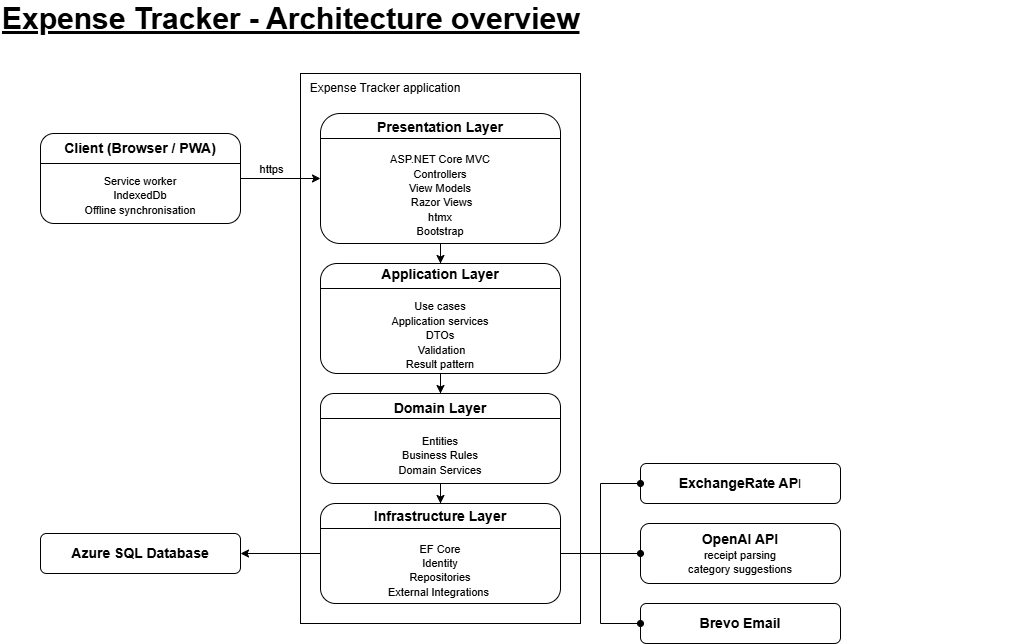
Before: docs/Architecture-overview.png, a diagram exported from draw.io (Le40/EventSharedExpenseTracker). Source tidied: cells renumbered, new cells last; positions are measured from the earlier drawing's top-left corner, leaving out a move shared by most shapes.
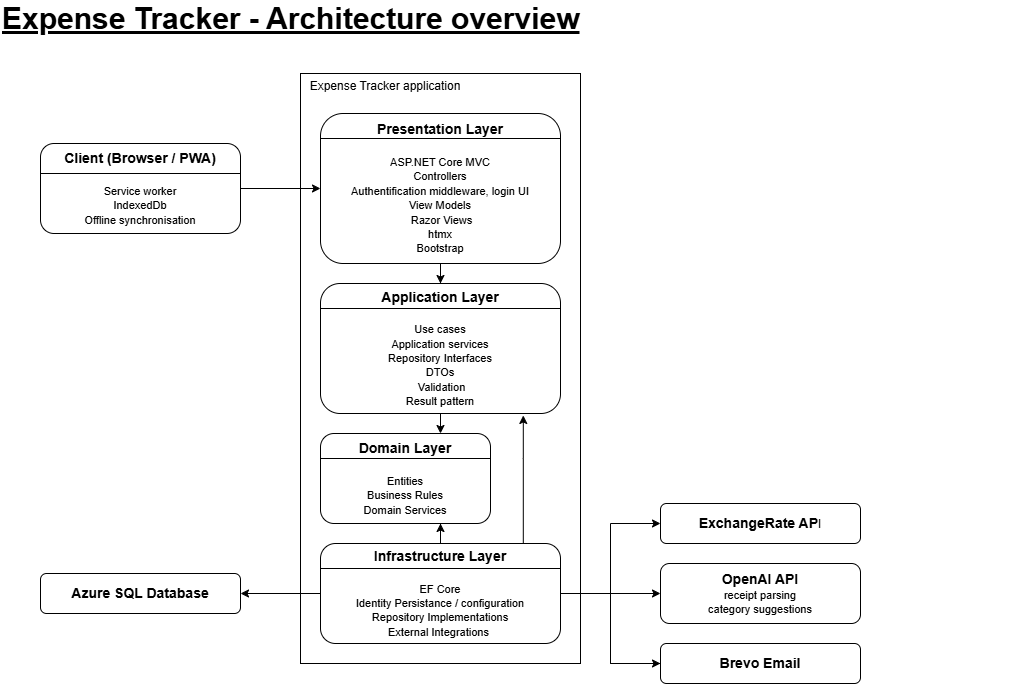
The same diagram one commit later.

Diff of the diagram source:
```diff
@@ -2,31 +2,23 @@
   <root>
     <mxCell id="0" />
     <mxCell id="1" parent="0" />
+    <mxCell id="33" style="rounded=0;whiteSpace=wrap;html=1;" parent="1" vertex="1">
+      <mxGeometry x="300" y="70" width="280" height="590" as="geometry" />
+    </mxCell>
     <mxCell id="2" style="edgeStyle=orthogonalEdgeStyle;rounded=0;jettySize=auto;html=1;" parent="1" edge="1" source="10" target="13">
       <mxGeometry relative="1" as="geometry" />
     </mxCell>
-    <mxCell id="3" value="https" style="edgeLabel;html=1;align=center;verticalAlign=middle;" parent="2" vertex="1">
-      <mxGeometry x="-0.2" relative="1" as="geometry">
-        <mxPoint x="-2" y="-10" as="offset" />
-      </mxGeometry>
-    </mxCell>
     <mxCell id="4" style="edgeStyle=orthogonalEdgeStyle;rounded=0;jettySize=auto;html=1;" parent="1" edge="1" source="13" target="18">
       <mxGeometry relative="1" as="geometry" />
     </mxCell>
-    <mxCell id="5" style="edgeStyle=orthogonalEdgeStyle;rounded=0;jettySize=auto;html=1;" parent="1" edge="1" source="18" target="21">
-      <mxGeometry relative="1" as="geometry" />
-    </mxCell>
-    <mxCell id="6" style="edgeStyle=orthogonalEdgeStyle;rounded=0;jettySize=auto;html=1;" parent="1" edge="1" source="21" target="24">
-      <mxGeometry relative="1" as="geometry" />
-    </mxCell>
     <mxCell id="7" style="edgeStyle=orthogonalEdgeStyle;rounded=0;jettySize=auto;html=1;" parent="1" edge="1" source="24" target="8">
       <mxGeometry relative="1" as="geometry" />
     </mxCell>
     <mxCell id="8" value="&lt;b style=&quot;&quot;&gt;&lt;font style=&quot;font-size: 14px;&quot;&gt;Azure SQL Database&lt;/font&gt;&lt;/b&gt;" style="whiteSpace=wrap;html=1;rounded=1;" parent="1" vertex="1">
-      <mxGeometry x="40" y="530" width="200" height="40" as="geometry" />
+      <mxGeometry x="40" y="570" width="200" height="40" as="geometry" />
     </mxCell>
     <mxCell id="9" style="group;" parent="1" vertex="1">
-      <mxGeometry x="40" y="130" width="200" height="90" as="geometry" />
+      <mxGeometry x="40" y="140" width="200" height="90" as="geometry" />
     </mxCell>
     <mxCell id="10" value="&lt;font style=&quot;font-size: 14px;&quot;&gt;&lt;b style=&quot;&quot;&gt;Client (Browser / PWA)&lt;/b&gt;&lt;/font&gt;&lt;div&gt;&lt;span style=&quot;font-size: 14px;&quot;&gt;&lt;b&gt;&lt;br&gt;&lt;/b&gt;&lt;/span&gt;&lt;div&gt;&lt;span style=&quot;font-size: 11px;&quot;&gt;Service worker&lt;/span&gt;&lt;/div&gt;&lt;div&gt;&lt;span style=&quot;font-size: 11px;&quot;&gt;IndexedDb&lt;/span&gt;&lt;/div&gt;&lt;div&gt;&lt;span style=&quot;font-size: 11px;&quot;&gt;Offline synchronisation&lt;/span&gt;&lt;/div&gt;&lt;/div&gt;" style="whiteSpace=wrap;html=1;rounded=1;" parent="9" vertex="1">
       <mxGeometry width="200" height="90" as="geometry" />
@@ -34,68 +26,69 @@
     <mxCell id="11" style="line;strokeWidth=1;html=1;" parent="9" vertex="1">
       <mxGeometry y="25" width="200" height="10" as="geometry" />
     </mxCell>
-    <mxCell id="12" style="group;" parent="1" vertex="1">
-      <mxGeometry x="320" y="110" width="260" height="510" as="geometry" />
-    </mxCell>
-    <mxCell id="13" value="&lt;font style=&quot;font-size: 14px;&quot;&gt;&lt;b style=&quot;&quot;&gt;Presentation Layer&lt;/b&gt;&lt;/font&gt;&lt;div&gt;&lt;span style=&quot;font-size: 14px;&quot;&gt;&lt;b&gt;&lt;br&gt;&lt;/b&gt;&lt;/span&gt;&lt;div&gt;&lt;font style=&quot;font-size: 11px;&quot;&gt;ASP.NET Core MVC&lt;/font&gt;&lt;/div&gt;&lt;div&gt;&lt;font style=&quot;font-size: 11px;&quot;&gt;Controllers&lt;/font&gt;&lt;/div&gt;&lt;div&gt;&lt;font style=&quot;font-size: 11px;&quot;&gt;View Models&lt;/font&gt;&lt;/div&gt;&lt;div&gt;&lt;font style=&quot;font-size: 11px;&quot;&gt;&amp;nbsp;Razor Views&lt;/font&gt;&lt;/div&gt;&lt;div&gt;&lt;font style=&quot;font-size: 11px;&quot;&gt;htmx&lt;/font&gt;&lt;/div&gt;&lt;div&gt;&lt;font style=&quot;font-size: 11px;&quot;&gt;Bootstrap&lt;/font&gt;&lt;/div&gt;&lt;/div&gt;" style="whiteSpace=wrap;html=1;rounded=1;" parent="12" vertex="1">
-      <mxGeometry width="240" height="130" as="geometry" />
-    </mxCell>
-    <mxCell id="14" style="line;strokeWidth=1;html=1;" parent="12" vertex="1">
-      <mxGeometry y="20" width="240" height="10" as="geometry" />
-    </mxCell>
-    <mxCell id="15" style="rounded=0;whiteSpace=wrap;html=1;fillColor=none;" parent="12" vertex="1">
-      <mxGeometry x="-20" y="-40" width="280" height="550" as="geometry" />
-    </mxCell>
-    <mxCell id="16" value="Expense Tracker application" style="text;html=1;whiteSpace=wrap;strokeColor=none;fillColor=none;align=center;verticalAlign=middle;rounded=0;" parent="12" vertex="1">
-      <mxGeometry x="-30" y="-40" width="190" height="30" as="geometry" />
-    </mxCell>
-    <mxCell id="17" style="group;" parent="1" vertex="1">
-      <mxGeometry x="320" y="260" width="240" height="110" as="geometry" />
-    </mxCell>
-    <mxCell id="18" value="&lt;font style=&quot;font-size: 14px;&quot;&gt;&lt;b style=&quot;&quot;&gt;Application Layer&lt;/b&gt;&lt;/font&gt;&lt;div&gt;&lt;span style=&quot;font-size: 14px;&quot;&gt;&lt;b&gt;&lt;br&gt;&lt;/b&gt;&lt;/span&gt;&lt;div&gt;&lt;font style=&quot;font-size: 11px;&quot;&gt;Use cases&lt;/font&gt;&lt;/div&gt;&lt;div&gt;&lt;font style=&quot;font-size: 11px;&quot;&gt;Application services&lt;/font&gt;&lt;/div&gt;&lt;div&gt;&lt;font style=&quot;font-size: 11px;&quot;&gt;DTOs&lt;/font&gt;&lt;/div&gt;&lt;div&gt;&lt;font style=&quot;font-size: 11px;&quot;&gt;&amp;nbsp;Validation&lt;/font&gt;&lt;/div&gt;&lt;div&gt;&lt;font style=&quot;font-size: 11px;&quot;&gt;Result pattern&lt;/font&gt;&lt;/div&gt;&lt;/div&gt;" style="whiteSpace=wrap;html=1;rounded=1;" parent="17" vertex="1">
-      <mxGeometry width="240" height="110" as="geometry" />
-    </mxCell>
-    <mxCell id="19" style="line;strokeWidth=1;html=1;" parent="17" vertex="1">
-      <mxGeometry y="20" width="240" height="10" as="geometry" />
-    </mxCell>
-    <mxCell id="20" style="group;" parent="1" vertex="1">
-      <mxGeometry x="320" y="390" width="240" height="90" as="geometry" />
-    </mxCell>
-    <mxCell id="21" value="&lt;font style=&quot;font-size: 14px;&quot;&gt;&lt;b style=&quot;&quot;&gt;Domain Layer&lt;/b&gt;&lt;/font&gt;&lt;div&gt;&lt;span style=&quot;font-size: 14px;&quot;&gt;&lt;b&gt;&lt;br&gt;&lt;/b&gt;&lt;/span&gt;&lt;div&gt;&lt;span style=&quot;font-size: 11px; background-color: transparent; color: light-dark(rgb(0, 0, 0), rgb(255, 255, 255));&quot;&gt;Entities&lt;/span&gt;&lt;/div&gt;&lt;/div&gt;&lt;div&gt;&lt;span style=&quot;font-size: 11px; background-color: transparent; color: light-dark(rgb(0, 0, 0), rgb(255, 255, 255));&quot;&gt;Business Rules&lt;/span&gt;&lt;/div&gt;&lt;div&gt;&lt;span style=&quot;font-size: 11px; background-color: transparent; color: light-dark(rgb(0, 0, 0), rgb(255, 255, 255));&quot;&gt;Domain Services&lt;/span&gt;&lt;/div&gt;" style="whiteSpace=wrap;html=1;rounded=1;" parent="20" vertex="1">
-      <mxGeometry width="240" height="90" as="geometry" />
-    </mxCell>
-    <mxCell id="22" style="line;strokeWidth=1;html=1;" parent="20" vertex="1">
-      <mxGeometry y="20" width="240" height="10" as="geometry" />
-    </mxCell>
-    <mxCell id="23" style="group;" parent="1" vertex="1">
-      <mxGeometry x="320" y="500" width="240" height="100" as="geometry" />
-    </mxCell>
-    <mxCell id="24" value="&lt;font style=&quot;font-size: 14px;&quot;&gt;&lt;b style=&quot;&quot;&gt;Infrastructure Layer&lt;/b&gt;&lt;/font&gt;&lt;div&gt;&lt;span style=&quot;font-size: 14px;&quot;&gt;&lt;b&gt;&lt;br&gt;&lt;/b&gt;&lt;/span&gt;&lt;div&gt;&lt;div&gt;&lt;font style=&quot;font-size: 11px;&quot;&gt;EF Core&lt;/font&gt;&lt;/div&gt;&lt;div&gt;&lt;font style=&quot;font-size: 11px;&quot;&gt;Identity&lt;/font&gt;&lt;/div&gt;&lt;div&gt;&lt;font style=&quot;font-size: 11px;&quot;&gt;Repositories&lt;/font&gt;&lt;/div&gt;&lt;div&gt;&lt;font style=&quot;font-size: 11px;&quot;&gt;External Integrations&amp;nbsp;&lt;/font&gt;&lt;/div&gt;&lt;/div&gt;&lt;/div&gt;" style="whiteSpace=wrap;html=1;rounded=1;" parent="23" vertex="1">
-      <mxGeometry width="240" height="100" as="geometry" />
-    </mxCell>
-    <mxCell id="25" style="line;strokeWidth=1;html=1;" parent="23" vertex="1">
-      <mxGeometry y="20" width="240" height="10" as="geometry" />
-    </mxCell>
     <mxCell id="26" value="&lt;font style=&quot;font-size: 14px;&quot;&gt;&lt;b&gt;ExchangeRate AP&lt;/b&gt;&lt;/font&gt;I" style="whiteSpace=wrap;html=1;rounded=1;" parent="1" vertex="1">
-      <mxGeometry x="640" y="460" width="200" height="40" as="geometry" />
+      <mxGeometry x="660" y="500" width="200" height="40" as="geometry" />
     </mxCell>
-    <mxCell id="27" style="edgeStyle=orthogonalEdgeStyle;rounded=0;jettySize=auto;html=1;endArrow=oval;endFill=1;" parent="1" edge="1" source="24" target="26">
+    <mxCell id="27" style="edgeStyle=orthogonalEdgeStyle;rounded=0;jettySize=auto;html=1;endArrow=classic;endFill=1;" parent="1" edge="1" source="24" target="26">
       <mxGeometry relative="1" as="geometry" />
     </mxCell>
+    <mxCell id="34" style="edgeStyle=orthogonalEdgeStyle;rounded=0;jettySize=auto;html=1;endArrow=none;endFill=0;" parent="1" edge="1" source="28" target="24">
+      <mxGeometry relative="1" as="geometry" />
+    </mxCell>
     <mxCell id="28" value="&lt;font style=&quot;font-size: 14px;&quot;&gt;&lt;b&gt;Brevo Email&lt;/b&gt;&lt;/font&gt;" style="whiteSpace=wrap;html=1;rounded=1;" parent="1" vertex="1">
-      <mxGeometry x="640" y="600" width="200" height="40" as="geometry" />
+      <mxGeometry x="660" y="640" width="200" height="40" as="geometry" />
     </mxCell>
-    <mxCell id="29" style="edgeStyle=orthogonalEdgeStyle;rounded=0;jettySize=auto;html=1;endArrow=oval;endFill=1;" parent="1" edge="1" source="24" target="28">
+    <mxCell id="29" style="edgeStyle=orthogonalEdgeStyle;rounded=0;jettySize=auto;html=1;endArrow=classic;endFill=1;" parent="1" edge="1" source="24" target="28">
       <mxGeometry relative="1" as="geometry" />
     </mxCell>
     <mxCell id="30" value="&lt;font style=&quot;font-size: 14px;&quot;&gt;&lt;b&gt;OpenAI API&lt;/b&gt;&lt;/font&gt;&lt;div&gt;&lt;font style=&quot;font-size: 11px;&quot;&gt;receipt parsing&lt;/font&gt;&lt;/div&gt;&lt;div&gt;&lt;font style=&quot;font-size: 11px;&quot;&gt;category suggestions&lt;/font&gt;&lt;/div&gt;" style="whiteSpace=wrap;html=1;rounded=1;" parent="1" vertex="1">
-      <mxGeometry x="640" y="520" width="200" height="60" as="geometry" />
+      <mxGeometry x="660" y="560" width="200" height="60" as="geometry" />
     </mxCell>
-    <mxCell id="31" style="edgeStyle=orthogonalEdgeStyle;rounded=0;jettySize=auto;html=1;endArrow=oval;endFill=1;" parent="1" edge="1" source="24" target="30">
+    <mxCell id="31" style="edgeStyle=orthogonalEdgeStyle;rounded=0;jettySize=auto;html=1;endArrow=classic;endFill=1;" parent="1" edge="1" source="24" target="30">
       <mxGeometry relative="1" as="geometry" />
     </mxCell>
     <mxCell id="32" value="&lt;font style=&quot;font-size: 30px;&quot;&gt;&lt;b&gt;&lt;u&gt;Expense Tracker - Architecture overview&lt;/u&gt;&lt;/b&gt;&lt;/font&gt;" style="text;html=1;whiteSpace=wrap;strokeColor=none;fillColor=none;align=left;verticalAlign=middle;rounded=0;" parent="1" vertex="1">
       <mxGeometry width="1020" height="30" as="geometry" />
     </mxCell>
+    <mxCell id="13" value="&lt;font style=&quot;font-size: 14px;&quot;&gt;&lt;b style=&quot;&quot;&gt;Presentation Layer&lt;/b&gt;&lt;/font&gt;&lt;div&gt;&lt;span style=&quot;font-size: 14px;&quot;&gt;&lt;b&gt;&lt;br&gt;&lt;/b&gt;&lt;/span&gt;&lt;div&gt;&lt;font style=&quot;font-size: 11px;&quot;&gt;ASP.NET Core MVC&lt;/font&gt;&lt;/div&gt;&lt;div&gt;&lt;font style=&quot;font-size: 11px;&quot;&gt;Controllers&lt;/font&gt;&lt;/div&gt;&lt;div&gt;&lt;font style=&quot;font-size: 11px;&quot;&gt;Authentification middleware, login UI&lt;/font&gt;&lt;/div&gt;&lt;div&gt;&lt;font style=&quot;font-size: 11px;&quot;&gt;View Models&lt;/font&gt;&lt;/div&gt;&lt;div&gt;&lt;font style=&quot;font-size: 11px;&quot;&gt;&amp;nbsp;Razor Views&lt;/font&gt;&lt;/div&gt;&lt;div&gt;&lt;font style=&quot;font-size: 11px;&quot;&gt;htmx&lt;/font&gt;&lt;/div&gt;&lt;div&gt;&lt;font style=&quot;font-size: 11px;&quot;&gt;Bootstrap&lt;/font&gt;&lt;/div&gt;&lt;/div&gt;" style="whiteSpace=wrap;html=1;rounded=1;" parent="1" vertex="1">
+      <mxGeometry x="320" y="110" width="240" height="150" as="geometry" />
+    </mxCell>
+    <mxCell id="14" style="line;strokeWidth=1;html=1;" parent="1" vertex="1">
+      <mxGeometry x="320" y="130" width="240" height="10" as="geometry" />
+    </mxCell>
+    <mxCell id="24" value="&lt;font style=&quot;font-size: 14px;&quot;&gt;&lt;b style=&quot;&quot;&gt;Infrastructure Layer&lt;/b&gt;&lt;/font&gt;&lt;div&gt;&lt;span style=&quot;font-size: 14px;&quot;&gt;&lt;b&gt;&lt;br&gt;&lt;/b&gt;&lt;/span&gt;&lt;div&gt;&lt;div&gt;&lt;font style=&quot;font-size: 11px;&quot;&gt;EF Core&lt;/font&gt;&lt;/div&gt;&lt;div&gt;&lt;font style=&quot;font-size: 11px;&quot;&gt;Identity Persistance / configuration&lt;/font&gt;&lt;/div&gt;&lt;div&gt;&lt;font style=&quot;font-size: 11px;&quot;&gt;Repository Implementations&lt;/font&gt;&lt;/div&gt;&lt;div&gt;&lt;font style=&quot;font-size: 11px;&quot;&gt;External Integrations&amp;nbsp;&lt;/font&gt;&lt;/div&gt;&lt;/div&gt;&lt;/div&gt;" style="whiteSpace=wrap;html=1;rounded=1;" parent="1" vertex="1">
+      <mxGeometry x="320" y="540" width="240" height="100" as="geometry" />
+    </mxCell>
+    <mxCell id="25" style="line;strokeWidth=1;html=1;" parent="1" vertex="1">
+      <mxGeometry x="320" y="560" width="240" height="10" as="geometry" />
+    </mxCell>
+    <mxCell id="18" value="&lt;font style=&quot;font-size: 14px;&quot;&gt;&lt;b style=&quot;&quot;&gt;Application Layer&lt;/b&gt;&lt;/font&gt;&lt;div&gt;&lt;span style=&quot;font-size: 14px;&quot;&gt;&lt;b&gt;&lt;br&gt;&lt;/b&gt;&lt;/span&gt;&lt;div&gt;&lt;font style=&quot;font-size: 11px;&quot;&gt;Use cases&lt;/font&gt;&lt;/div&gt;&lt;div&gt;&lt;font style=&quot;font-size: 11px;&quot;&gt;Application services&lt;/font&gt;&lt;/div&gt;&lt;div&gt;&lt;span style=&quot;font-size: 11px;&quot;&gt;Repository Interfaces&lt;/span&gt;&lt;/div&gt;&lt;div&gt;&lt;font style=&quot;font-size: 11px;&quot;&gt;DTOs&lt;/font&gt;&lt;/div&gt;&lt;div&gt;&lt;font style=&quot;font-size: 11px;&quot;&gt;&amp;nbsp;Validation&lt;/font&gt;&lt;/div&gt;&lt;div&gt;&lt;font style=&quot;font-size: 11px;&quot;&gt;Result pattern&lt;/font&gt;&lt;/div&gt;&lt;/div&gt;" style="whiteSpace=wrap;html=1;rounded=1;" parent="1" vertex="1">
+      <mxGeometry x="320" y="280" width="240" height="130" as="geometry" />
+    </mxCell>
+    <mxCell id="19" style="line;strokeWidth=1;html=1;" parent="1" vertex="1">
+      <mxGeometry x="320" y="300" width="240" height="10" as="geometry" />
+    </mxCell>
+    <mxCell id="21" value="&lt;font style=&quot;font-size: 14px;&quot;&gt;&lt;b style=&quot;&quot;&gt;Domain Layer&lt;/b&gt;&lt;/font&gt;&lt;div&gt;&lt;span style=&quot;font-size: 14px;&quot;&gt;&lt;b&gt;&lt;br&gt;&lt;/b&gt;&lt;/span&gt;&lt;div&gt;&lt;span style=&quot;font-size: 11px; background-color: transparent; color: light-dark(rgb(0, 0, 0), rgb(255, 255, 255));&quot;&gt;Entities&lt;/span&gt;&lt;/div&gt;&lt;/div&gt;&lt;div&gt;&lt;span style=&quot;font-size: 11px; background-color: transparent; color: light-dark(rgb(0, 0, 0), rgb(255, 255, 255));&quot;&gt;Business Rules&lt;/span&gt;&lt;/div&gt;&lt;div&gt;&lt;span style=&quot;font-size: 11px; background-color: transparent; color: light-dark(rgb(0, 0, 0), rgb(255, 255, 255));&quot;&gt;Domain Services&lt;/span&gt;&lt;/div&gt;" style="whiteSpace=wrap;html=1;rounded=1;" parent="1" vertex="1">
+      <mxGeometry x="320" y="430" width="170" height="90" as="geometry" />
+    </mxCell>
+    <mxCell id="22" style="line;strokeWidth=1;html=1;" parent="1" vertex="1">
+      <mxGeometry x="320" y="450" width="170" height="10" as="geometry" />
+    </mxCell>
+    <mxCell id="5" style="edgeStyle=orthogonalEdgeStyle;rounded=0;jettySize=auto;html=1;entryX=0.709;entryY=-0.011;entryDx=0;entryDy=0;entryPerimeter=0;" parent="1" edge="1" source="18" target="21">
+      <mxGeometry relative="1" as="geometry" />
+    </mxCell>
+    <mxCell id="35" style="edgeStyle=orthogonalEdgeStyle;rounded=0;jettySize=auto;html=1;entryX=0.845;entryY=1.015;entryDx=0;entryDy=0;entryPerimeter=0;" parent="1" edge="1" source="24" target="18">
+      <mxGeometry relative="1" as="geometry">
+        <Array as="points">
+          <mxPoint x="523" y="455" />
+        </Array>
+      </mxGeometry>
+    </mxCell>
+    <mxCell id="36" style="edgeStyle=orthogonalEdgeStyle;rounded=0;jettySize=auto;html=1;entryX=0.706;entryY=1;entryDx=0;entryDy=0;entryPerimeter=0;" parent="1" edge="1" source="24" target="21">
+      <mxGeometry relative="1" as="geometry" />
+    </mxCell>
+    <mxCell id="16" value="Expense Tracker application&lt;div&gt;&lt;br&gt;&lt;/div&gt;" style="text;html=1;whiteSpace=wrap;strokeColor=none;fillColor=none;align=center;verticalAlign=middle;rounded=0;" parent="1" vertex="1">
+      <mxGeometry x="300" y="70" width="170" height="40" as="geometry" />
+    </mxCell>
   </root>
 </mxGraphModel>
```
